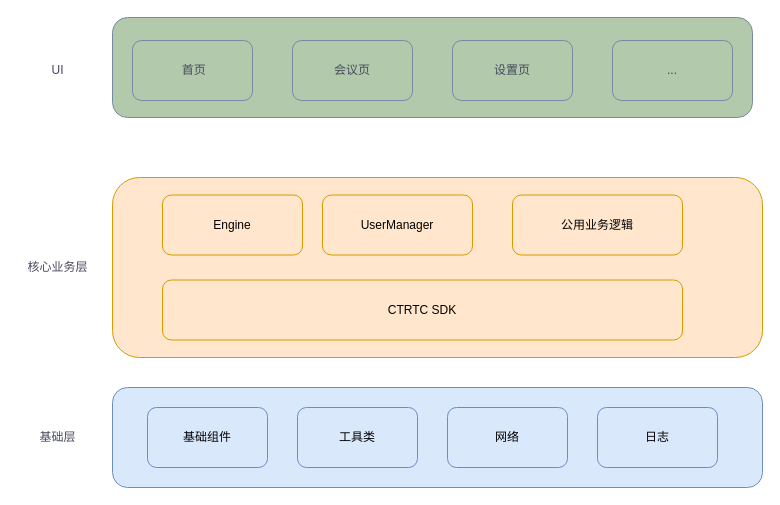
Earlier version of the draw.io diagram aone.drawio (silan-liu/drawio). Source tidied: cells renumbered, new cells numbered last; positions are measured from the earlier drawing's top-left corner, leaving out a move shared by most shapes. Both pictures are drawn from the tidied source at 100%, with x=0, y=0 at pixel (17, 17).
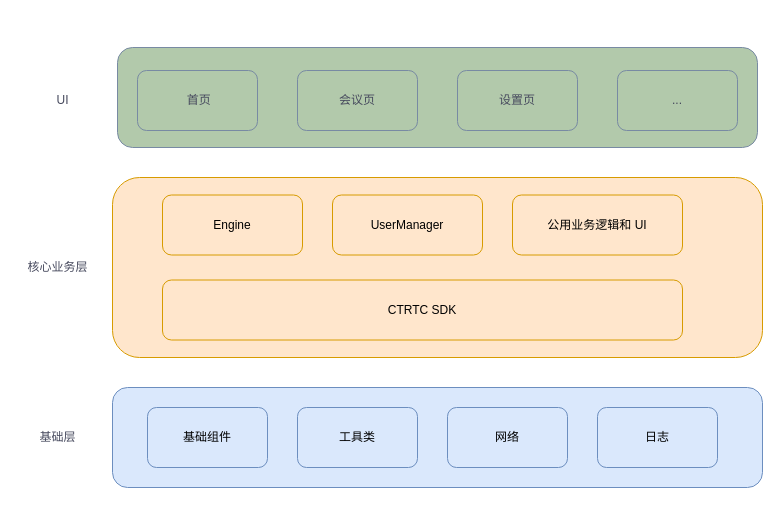
After the change.

What changed in the source:
```diff
@@
 <mxGraphModel>
   <root>
     <mxCell id="0" />
     <mxCell id="1" parent="0" />
     <mxCell id="2" style="rounded=1;whiteSpace=wrap;html=1;strokeColor=#788AA3;fontColor=#46495D;fillColor=#B2C9AB;" parent="1" vertex="1">
-      <mxGeometry x="95" width="640" height="100" as="geometry" />
+      <mxGeometry x="100" y="30" width="640" height="100" as="geometry" />
     </mxCell>
     <mxCell id="3" value="&amp;nbsp;首页" style="rounded=1;whiteSpace=wrap;html=1;fillColor=#B2C9AB;strokeColor=#788AA3;labelBackgroundColor=none;fontColor=#46495D;" parent="1" vertex="1">
-      <mxGeometry x="115" y="23" width="120" height="60" as="geometry" />
+      <mxGeometry x="120" y="53" width="120" height="60" as="geometry" />
     </mxCell>
     <mxCell id="4" value="UI" style="text;html=1;align=center;verticalAlign=middle;strokeColor=none;fillColor=none;fontColor=#46495D;" parent="1" vertex="1">
-      <mxGeometry x="20" y="38" width="40" height="30" as="geometry" />
+      <mxGeometry x="25" y="68" width="40" height="30" as="geometry" />
     </mxCell>
     <mxCell id="5" value="会议页" style="rounded=1;whiteSpace=wrap;html=1;fillColor=#B2C9AB;strokeColor=#788AA3;labelBackgroundColor=none;fontColor=#46495D;" parent="1" vertex="1">
-      <mxGeometry x="275" y="23" width="120" height="60" as="geometry" />
+      <mxGeometry x="280" y="53" width="120" height="60" as="geometry" />
     </mxCell>
     <mxCell id="6" value="设置页" style="rounded=1;whiteSpace=wrap;html=1;fillColor=#B2C9AB;strokeColor=#788AA3;labelBackgroundColor=none;fontColor=#46495D;" parent="1" vertex="1">
-      <mxGeometry x="435" y="23" width="120" height="60" as="geometry" />
+      <mxGeometry x="440" y="53" width="120" height="60" as="geometry" />
     </mxCell>
     <mxCell id="7" value="..." style="rounded=1;whiteSpace=wrap;html=1;fillColor=#B2C9AB;strokeColor=#788AA3;labelBackgroundColor=none;fontColor=#46495D;" parent="1" vertex="1">
-      <mxGeometry x="595" y="23" width="120" height="60" as="geometry" />
+      <mxGeometry x="600" y="53" width="120" height="60" as="geometry" />
     </mxCell>
     <mxCell id="8" style="rounded=1;whiteSpace=wrap;html=1;strokeColor=#d79b00;fillColor=#ffe6cc;" parent="1" vertex="1">
       <mxGeometry x="95" y="160" width="650" height="180" as="geometry" />
     </mxCell>
     <mxCell id="9" value="核心业务层" style="text;html=1;align=center;verticalAlign=middle;strokeColor=none;fillColor=none;fontColor=#46495D;" parent="1" vertex="1">
       <mxGeometry y="235" width="80" height="30" as="geometry" />
     </mxCell>
     <mxCell id="10" value="Engine" style="rounded=1;whiteSpace=wrap;html=1;strokeColor=#d79b00;fillColor=#ffe6cc;" parent="1" vertex="1">
       <mxGeometry x="145" y="177.5" width="140" height="60" as="geometry" />
     </mxCell>
     <mxCell id="11" value="UserManager" style="rounded=1;whiteSpace=wrap;html=1;strokeColor=#d79b00;fillColor=#ffe6cc;" parent="1" vertex="1">
-      <mxGeometry x="305" y="177.5" width="150" height="60" as="geometry" />
+      <mxGeometry x="315" y="177.5" width="150" height="60" as="geometry" />
     </mxCell>
-    <mxCell id="12" value="公用业务逻辑" style="rounded=1;whiteSpace=wrap;html=1;strokeColor=#d79b00;fillColor=#ffe6cc;" parent="1" vertex="1">
+    <mxCell id="12" value="公用业务逻辑和 UI" style="rounded=1;whiteSpace=wrap;html=1;strokeColor=#d79b00;fillColor=#ffe6cc;" parent="1" vertex="1">
       <mxGeometry x="495" y="177.5" width="170" height="60" as="geometry" />
     </mxCell>
     <mxCell id="13" style="rounded=1;whiteSpace=wrap;html=1;strokeColor=#6c8ebf;fillColor=#dae8fc;" parent="1" vertex="1">
       <mxGeometry x="95" y="370" width="650" height="100" as="geometry" />
     </mxCell>
     <mxCell id="14" value="基础组件" style="rounded=1;whiteSpace=wrap;html=1;strokeColor=#6c8ebf;fillColor=#dae8fc;" parent="1" vertex="1">
       <mxGeometry x="130" y="390" width="120" height="60" as="geometry" />
     </mxCell>
     <mxCell id="15" value="工具类" style="rounded=1;whiteSpace=wrap;html=1;strokeColor=#6c8ebf;fillColor=#dae8fc;" parent="1" vertex="1">
       <mxGeometry x="280" y="390" width="120" height="60" as="geometry" />
     </mxCell>
     <mxCell id="16" value="网络" style="rounded=1;whiteSpace=wrap;html=1;strokeColor=#6c8ebf;fillColor=#dae8fc;" parent="1" vertex="1">
       <mxGeometry x="430" y="390" width="120" height="60" as="geometry" />
     </mxCell>
     <mxCell id="17" value="日志" style="rounded=1;whiteSpace=wrap;html=1;strokeColor=#6c8ebf;fillColor=#dae8fc;" parent="1" vertex="1">
       <mxGeometry x="580" y="390" width="120" height="60" as="geometry" />
     </mxCell>
     <mxCell id="18" value="基础层" style="text;html=1;align=center;verticalAlign=middle;strokeColor=none;fillColor=none;fontColor=#46495D;" parent="1" vertex="1">
       <mxGeometry x="10" y="405" width="60" height="30" as="geometry" />
     </mxCell>
     <mxCell id="19" value="CTRTC SDK" style="rounded=1;whiteSpace=wrap;html=1;strokeColor=#d79b00;fillColor=#ffe6cc;" parent="1" vertex="1">
       <mxGeometry x="145" y="262.5" width="520" height="60" as="geometry" />
     </mxCell>
   </root>
 </mxGraphModel>
```
